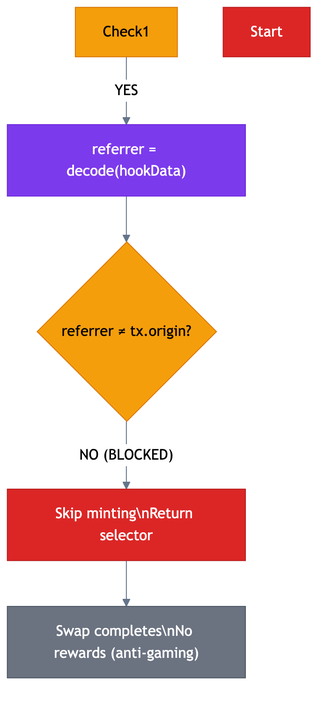
This is docs/diagrams/SYSTEM_DESIGN_6.png from guglxni/the-fixer-hook, a Mermaid export, as it was before one commit. Its source is kept beside it as docs/diagrams/SYSTEM_DESIGN_6.mmd.
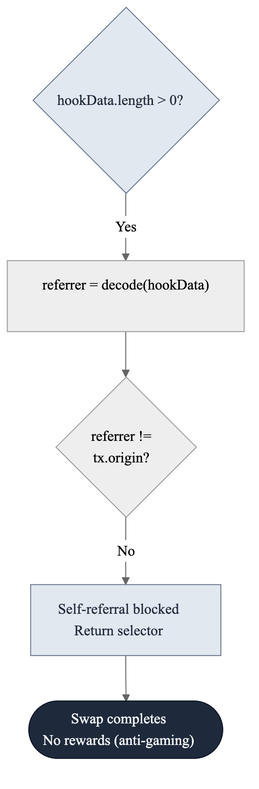
Later version of the same file.

Diff of the diagram source:
```diff
@@ -1,12 +1,10 @@
-%%{init: {'theme': 'neutral', 'themeVariables': { 'primaryColor': '#2563eb', 'primaryTextColor': '#1e293b', 'primaryBorderColor': '#3b82f6', 'lineColor': '#64748b', 'secondaryColor': '#f1f5f9', 'tertiaryColor': '#e2e8f0'}}}%%
+%%{init: {'theme': 'neutral', 'themeVariables': {'fontFamily': 'Inter, system-ui, sans-serif'}}}%%
 flowchart TD
-    Check1 -- "YES" --> Decode["referrer = decode(hookData)"]
-    Decode --> Check3{"referrer ≠ tx.origin?"}
-    Check3 -- "NO (BLOCKED)" --> Skip[" Skip minting\nReturn selector"]
-    Skip --> Result["Swap completes\nNo rewards (anti-gaming)"]
-    style Start fill:#DC2626,color:#fff,stroke:#B91C1C
-    style Check1 fill:#F59E0B,color:#000,stroke:#D97706
-    style Decode fill:#7C3AED,color:#fff,stroke:#6D28D9
-    style Check3 fill:#F59E0B,color:#000,stroke:#D97706
-    style Skip fill:#DC2626,color:#fff,stroke:#B91C1C
-    style Result fill:#6B7280,color:#fff,stroke:#4B5563
+    Start{"hookData.length > 0?"} -->|Yes| Decode["referrer = decode(hookData)"]
+    Decode --> Check3{"referrer !=<br/>tx.origin?"}
+    Check3 -->|No| Skip["Self-referral blocked<br/>Return selector"]
+    Skip --> Result(["Swap completes<br/>No rewards (anti-gaming)"])
+
+    style Start fill:#e2e8f0,color:#1e293b,stroke:#64748b
+    style Skip fill:#e2e8f0,color:#1e293b,stroke:#64748b
+    style Result fill:#1e293b,color:#f8fafc,stroke:#0f172a
```
